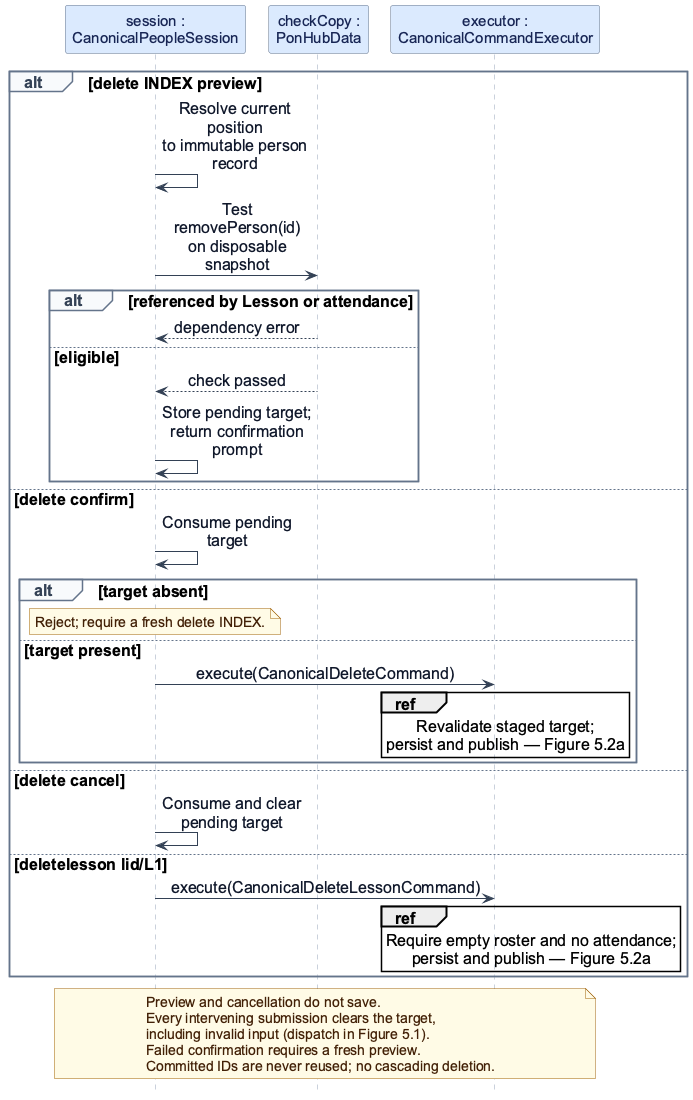
Above: docs/images/GuardedDeletion.png in AY2627S1-CS2103T-F13-3/tp (PlantUML), before the change. Source of this version:
```plantuml
@startuml
!include feature-sequence-style.iuml
participant "session :\nCanonicalPeopleSession" as S
participant "checkCopy :\nPonHubData" as D
participant "executor :\nCanonicalCommandExecutor" as E

alt delete INDEX preview
  S -> S : Resolve current position\nto immutable person record
  S -> D : Test removePerson(id)\non disposable snapshot
  alt referenced by Lesson or attendance
    D --> S : dependency error
  else eligible
    D --> S : check passed
    S -> S : Store pending target;\nreturn confirmation prompt
  end
else delete confirm
  S -> S : Consume pending target
  alt target absent
    note over S : Reject; require a fresh delete INDEX.
  else target present
    S -> E : execute(CanonicalDeleteCommand)
    ref over E : Revalidate staged target;\npersist and publish — Figure 5.2a
  end
else delete cancel
  S -> S : Consume and clear pending target
else deletelesson lid/L1
  S -> E : execute(CanonicalDeleteLessonCommand)
  ref over E : Require empty roster and no attendance;\npersist and publish — Figure 5.2a
end
note over S, E
  Preview and cancellation do not save.
  Every intervening submission clears the target,
  including invalid input (dispatch in Figure 5.1).
  Failed confirmation requires a fresh preview.
  Committed IDs are never reused; no cascading deletion.
end note
@enduml
```
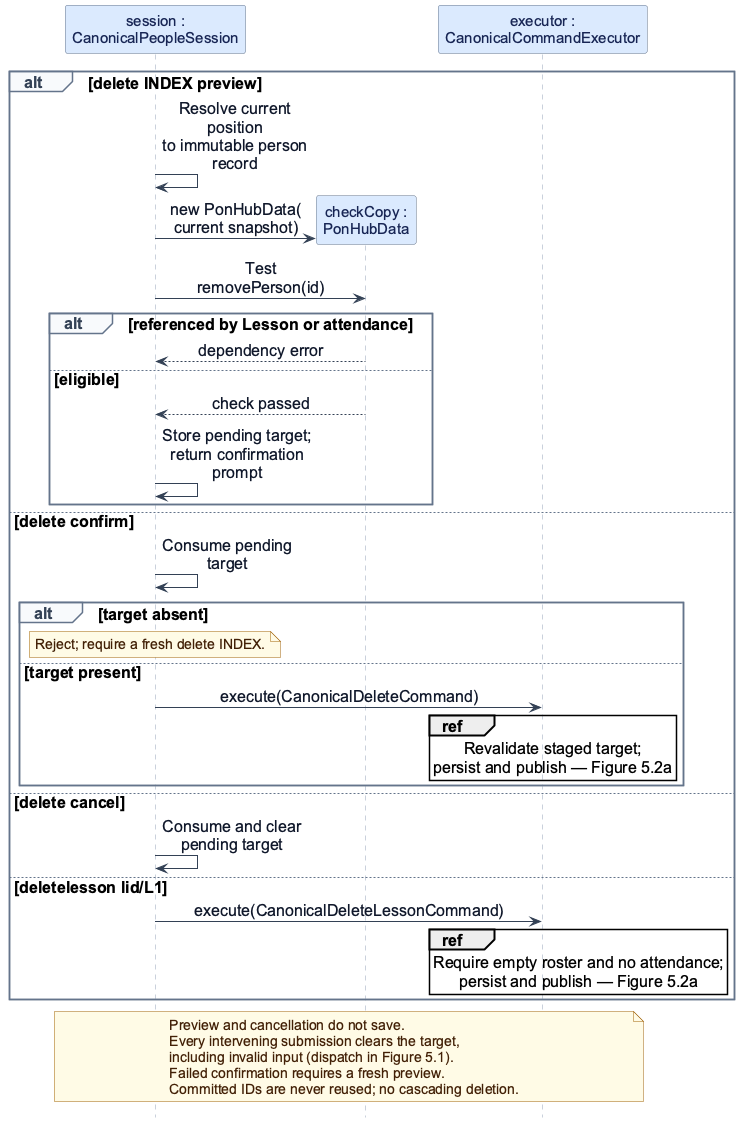
The same diagram one commit later.

Change to the diagram source:
```diff
@@ -1,12 +1,13 @@
 @startuml
 !include feature-sequence-style.iuml
 participant "session :\nCanonicalPeopleSession" as S
-participant "checkCopy :\nPonHubData" as D
-participant "executor :\nCanonicalCommandExecutor" as E
 
 alt delete INDEX preview
   S -> S : Resolve current position\nto immutable person record
-  S -> D : Test removePerson(id)\non disposable snapshot
+  create participant "checkCopy :\nPonHubData" as D
+  S -> D : new PonHubData(\ncurrent snapshot)
+  participant "executor :\nCanonicalCommandExecutor" as E
+  S -> D : Test removePerson(id)
   alt referenced by Lesson or attendance
     D --> S : dependency error
   else eligible
```
